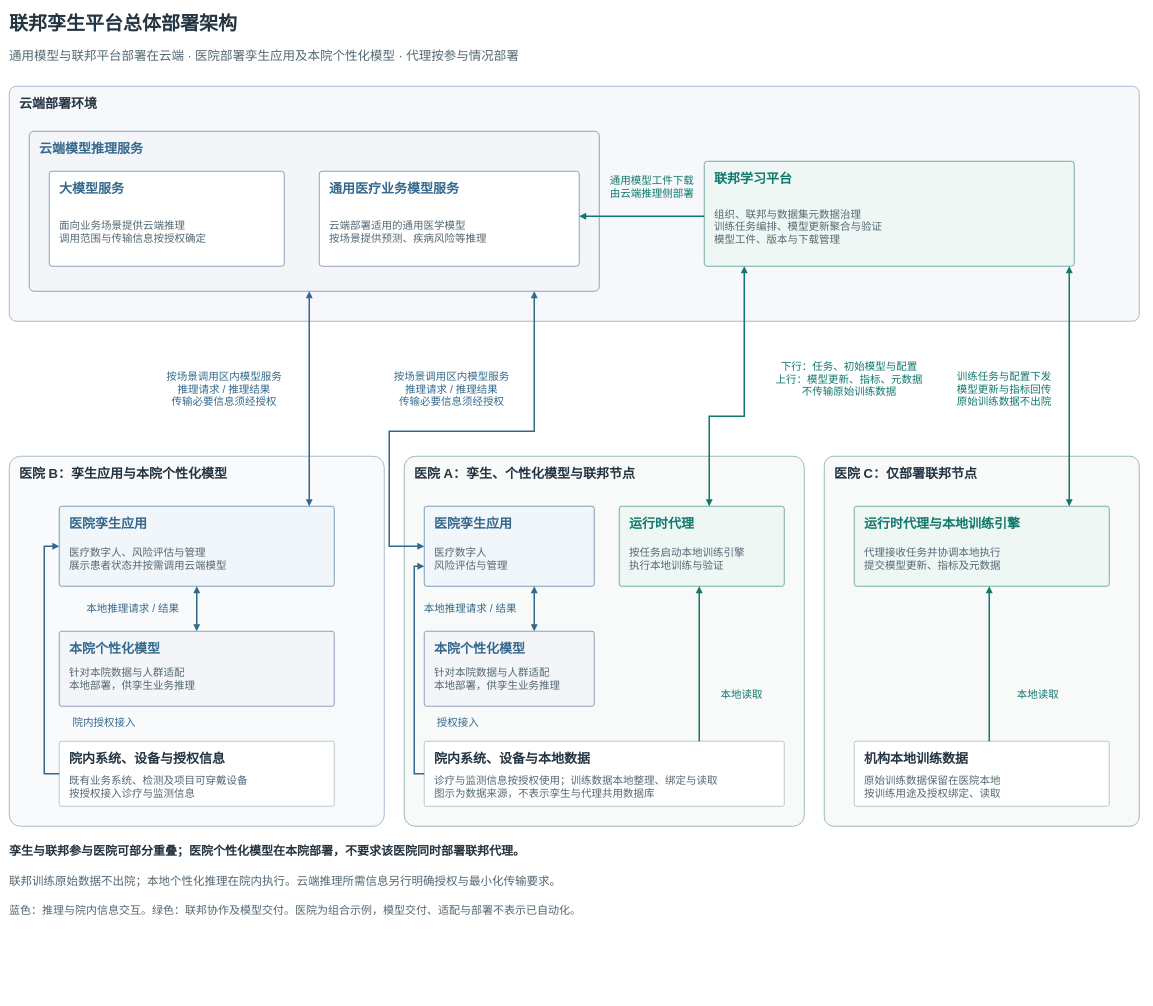
Above: docs/438c/merge/figures/federated-twin-deployment-overview.drawio in medol-labs/federation-learning (draw.io), before the change. Source tidied: cells renumbered, new cells numbered last; positions are measured from the earlier drawing's top-left corner, leaving out a move shared by most shapes. Both pictures are drawn from the tidied source at 50%, with x=0, y=0 at pixel (9, 8).
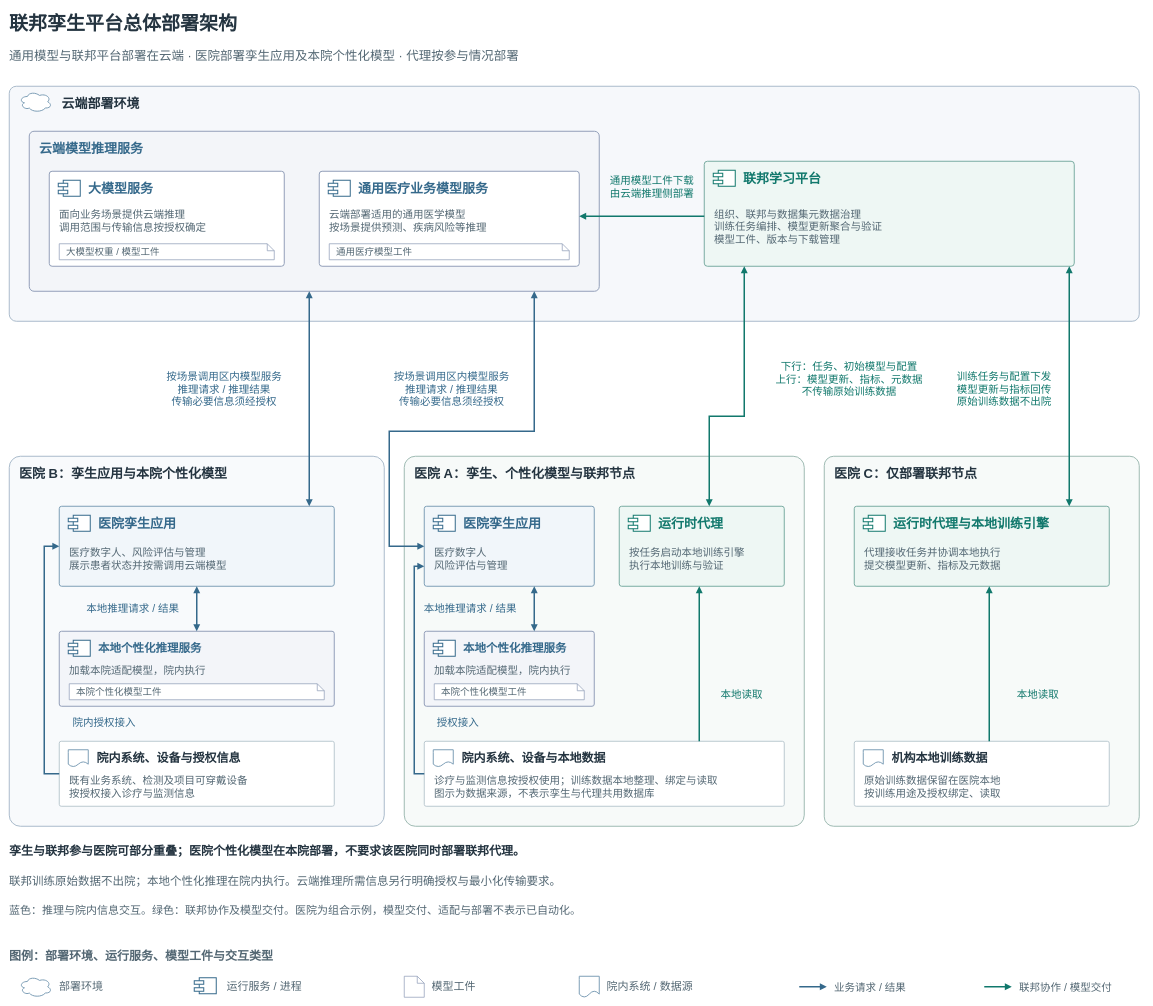
The same page after the edit.

Commit message (it also covers changes not shown here):
docs: enrich deployment diagram with native symbols and legend

Unchanged cells that the change refers to:
```xml
<mxCell id="4" style="rounded=1;arcSize=3;fillColor=#F6F8FB;strokeColor=#AABBCB;strokeWidth=2;" parent="1" vertex="1">
  <mxGeometry y="155" width="2260" height="470" as="geometry" />
</mxCell>
<mxCell id="8" style="rounded=1;arcSize=3;fillColor=#FFFFFF;strokeColor=#929FB9;strokeWidth=2;" parent="6" vertex="1">
  <mxGeometry x="40" y="80" width="470" height="190" as="geometry" />
</mxCell>
<mxCell id="11" style="rounded=1;arcSize=3;fillColor=#FFFFFF;strokeColor=#929FB9;strokeWidth=2;" parent="6" vertex="1">
  <mxGeometry x="580" y="80" width="520" height="190" as="geometry" />
</mxCell>
<mxCell id="14" style="rounded=1;arcSize=3;fillColor=#EEF7F4;strokeColor=#7AACA2;strokeWidth=2;" parent="4" vertex="1">
  <mxGeometry x="1390" y="150" width="740" height="210" as="geometry" />
</mxCell>
<mxCell id="23" style="rounded=1;arcSize=3;fillColor=#F1F6FA;strokeColor=#7E9FB7;strokeWidth=2;" parent="17" vertex="1">
  <mxGeometry x="100" y="100" width="550" height="160" as="geometry" />
</mxCell>
<mxCell id="26" style="rounded=1;arcSize=3;fillColor=#F1F6FA;strokeColor=#7E9FB7;strokeWidth=2;" parent="19" vertex="1">
  <mxGeometry x="40" y="100" width="340" height="160" as="geometry" />
</mxCell>
<mxCell id="29" style="rounded=1;arcSize=3;fillColor=#EEF7F4;strokeColor=#7AACA2;strokeWidth=2;" parent="19" vertex="1">
  <mxGeometry x="430" y="100" width="330" height="160" as="geometry" />
</mxCell>
<mxCell id="32" style="rounded=1;arcSize=3;fillColor=#EEF7F4;strokeColor=#7AACA2;strokeWidth=2;" parent="21" vertex="1">
  <mxGeometry x="60" y="100" width="510" height="160" as="geometry" />
</mxCell>
<mxCell id="35" style="rounded=1;arcSize=3;fillColor=#FFFFFF;strokeColor=#BBC9D0;strokeWidth=2;" parent="17" vertex="1">
  <mxGeometry x="100" y="570" width="550" height="130" as="geometry" />
</mxCell>
<mxCell id="38" style="rounded=1;arcSize=3;fillColor=#FFFFFF;strokeColor=#BBC9D0;strokeWidth=2;" parent="19" vertex="1">
  <mxGeometry x="40" y="570" width="720" height="130" as="geometry" />
</mxCell>
<mxCell id="41" style="rounded=1;arcSize=3;fillColor=#FFFFFF;strokeColor=#BBC9D0;strokeWidth=2;" parent="21" vertex="1">
  <mxGeometry x="60" y="570" width="510" height="130" as="geometry" />
</mxCell>
<mxCell id="65" style="rounded=1;arcSize=3;fillColor=#F3F5F9;strokeColor=#929FB9;strokeWidth=2;" parent="19" vertex="1">
  <mxGeometry x="40" y="350" width="340" height="150" as="geometry" />
</mxCell>
<mxCell id="68" style="rounded=1;arcSize=3;fillColor=#F3F5F9;strokeColor=#929FB9;strokeWidth=2;" parent="17" vertex="1">
  <mxGeometry x="100" y="350" width="550" height="150" as="geometry" />
</mxCell>
```

The edit, as a diff of the source:
```diff
@@
     <mxCell id="5" value="云端部署环境" style="text;html=0;whiteSpace=wrap;overflow=hidden;align=left;verticalAlign=middle;fontFamily=PingFang SC;fontSize=26;fontColor=#243440;fontStyle=1;spacing=0;" parent="4" vertex="1">
-      <mxGeometry x="20" y="15" width="2220" height="38" as="geometry" />
+      <mxGeometry x="105" y="15" width="2115" height="38" as="geometry" />
     </mxCell>
@@
     <mxCell id="9" value="大模型服务" style="text;html=0;whiteSpace=wrap;overflow=hidden;align=left;verticalAlign=middle;fontFamily=PingFang SC;fontSize=26;fontColor=#35698B;fontStyle=1;spacing=0;" parent="8" vertex="1">
-      <mxGeometry x="20" y="15" width="430" height="38" as="geometry" />
+      <mxGeometry x="78" y="15" width="372" height="38" as="geometry" />
     </mxCell>
     <mxCell id="10" value="面向业务场景提供云端推理&#10;调用范围与传输信息按授权确定" style="text;html=0;whiteSpace=wrap;overflow=hidden;align=left;verticalAlign=middle;fontFamily=PingFang SC;fontSize=21;fontColor=#536773;fontStyle=0;spacing=0;" parent="8" vertex="1">
-      <mxGeometry x="20" y="65" width="430" height="110" as="geometry" />
+      <mxGeometry x="20" y="65" width="430" height="65" as="geometry" />
     </mxCell>
@@
     <mxCell id="12" value="通用医疗业务模型服务" style="text;html=0;whiteSpace=wrap;overflow=hidden;align=left;verticalAlign=middle;fontFamily=PingFang SC;fontSize=26;fontColor=#35698B;fontStyle=1;spacing=0;" parent="11" vertex="1">
-      <mxGeometry x="20" y="15" width="480" height="38" as="geometry" />
+      <mxGeometry x="78" y="15" width="422" height="38" as="geometry" />
     </mxCell>
     <mxCell id="13" value="云端部署适用的通用医学模型&#10;按场景提供预测、疾病风险等推理" style="text;html=0;whiteSpace=wrap;overflow=hidden;align=left;verticalAlign=middle;fontFamily=PingFang SC;fontSize=21;fontColor=#536773;fontStyle=0;spacing=0;" parent="11" vertex="1">
-      <mxGeometry x="20" y="65" width="480" height="110" as="geometry" />
+      <mxGeometry x="20" y="65" width="480" height="65" as="geometry" />
     </mxCell>
@@
     <mxCell id="15" value="联邦学习平台" style="text;html=0;whiteSpace=wrap;overflow=hidden;align=left;verticalAlign=middle;fontFamily=PingFang SC;fontSize=26;fontColor=#11786C;fontStyle=1;spacing=0;" parent="14" vertex="1">
-      <mxGeometry x="20" y="15" width="700" height="38" as="geometry" />
+      <mxGeometry x="78" y="15" width="642" height="38" as="geometry" />
     </mxCell>
@@
     <mxCell id="24" value="医院孪生应用" style="text;html=0;whiteSpace=wrap;overflow=hidden;align=left;verticalAlign=middle;fontFamily=PingFang SC;fontSize=26;fontColor=#35698B;fontStyle=1;spacing=0;" parent="23" vertex="1">
-      <mxGeometry x="20" y="15" width="510" height="38" as="geometry" />
+      <mxGeometry x="78" y="15" width="452" height="38" as="geometry" />
     </mxCell>
@@
     <mxCell id="27" value="医院孪生应用" style="text;html=0;whiteSpace=wrap;overflow=hidden;align=left;verticalAlign=middle;fontFamily=PingFang SC;fontSize=26;fontColor=#35698B;fontStyle=1;spacing=0;" parent="26" vertex="1">
-      <mxGeometry x="20" y="15" width="300" height="38" as="geometry" />
+      <mxGeometry x="78" y="15" width="242" height="38" as="geometry" />
     </mxCell>
@@
     <mxCell id="30" value="运行时代理" style="text;html=0;whiteSpace=wrap;overflow=hidden;align=left;verticalAlign=middle;fontFamily=PingFang SC;fontSize=26;fontColor=#11786C;fontStyle=1;spacing=0;" parent="29" vertex="1">
-      <mxGeometry x="20" y="15" width="290" height="38" as="geometry" />
+      <mxGeometry x="78" y="15" width="232" height="38" as="geometry" />
     </mxCell>
@@
     <mxCell id="33" value="运行时代理与本地训练引擎" style="text;html=0;whiteSpace=wrap;overflow=hidden;align=left;verticalAlign=middle;fontFamily=PingFang SC;fontSize=26;fontColor=#11786C;fontStyle=1;spacing=0;" parent="32" vertex="1">
-      <mxGeometry x="20" y="15" width="470" height="38" as="geometry" />
+      <mxGeometry x="78" y="15" width="412" height="38" as="geometry" />
     </mxCell>
@@
-    <mxCell id="36" value="院内系统、设备与授权信息" style="text;html=0;whiteSpace=wrap;overflow=hidden;align=left;verticalAlign=middle;fontFamily=PingFang SC;fontSize=26;fontColor=#243440;fontStyle=1;spacing=0;" parent="35" vertex="1">
-      <mxGeometry x="20" y="15" width="510" height="38" as="geometry" />
+    <mxCell id="36" value="院内系统、设备与授权信息" style="text;html=0;whiteSpace=wrap;overflow=hidden;align=left;verticalAlign=middle;fontFamily=PingFang SC;fontSize=24;fontColor=#243440;fontStyle=1;spacing=0;" parent="35" vertex="1">
+      <mxGeometry x="75" y="15" width="455" height="38" as="geometry" />
     </mxCell>
@@
-    <mxCell id="39" value="院内系统、设备与本地数据" style="text;html=0;whiteSpace=wrap;overflow=hidden;align=left;verticalAlign=middle;fontFamily=PingFang SC;fontSize=26;fontColor=#243440;fontStyle=1;spacing=0;" parent="38" vertex="1">
-      <mxGeometry x="20" y="15" width="680" height="38" as="geometry" />
+    <mxCell id="39" value="院内系统、设备与本地数据" style="text;html=0;whiteSpace=wrap;overflow=hidden;align=left;verticalAlign=middle;fontFamily=PingFang SC;fontSize=24;fontColor=#243440;fontStyle=1;spacing=0;" parent="38" vertex="1">
+      <mxGeometry x="75" y="15" width="625" height="38" as="geometry" />
     </mxCell>
@@
-    <mxCell id="42" value="机构本地训练数据" style="text;html=0;whiteSpace=wrap;overflow=hidden;align=left;verticalAlign=middle;fontFamily=PingFang SC;fontSize=26;fontColor=#243440;fontStyle=1;spacing=0;" parent="41" vertex="1">
-      <mxGeometry x="20" y="15" width="470" height="38" as="geometry" />
+    <mxCell id="42" value="机构本地训练数据" style="text;html=0;whiteSpace=wrap;overflow=hidden;align=left;verticalAlign=middle;fontFamily=PingFang SC;fontSize=24;fontColor=#243440;fontStyle=1;spacing=0;" parent="41" vertex="1">
+      <mxGeometry x="75" y="15" width="415" height="38" as="geometry" />
     </mxCell>
@@
-    <mxCell id="66" value="本院个性化模型" style="text;html=0;whiteSpace=wrap;overflow=hidden;align=left;verticalAlign=middle;fontFamily=PingFang SC;fontSize=26;fontColor=#35698B;fontStyle=1;spacing=0;" parent="65" vertex="1">
-      <mxGeometry x="20" y="15" width="300" height="38" as="geometry" />
+    <mxCell id="66" value="本地个性化推理服务" style="text;html=0;whiteSpace=wrap;overflow=hidden;align=left;verticalAlign=middle;fontFamily=PingFang SC;fontSize=23;fontColor=#35698B;fontStyle=1;spacing=0;" parent="65" vertex="1">
+      <mxGeometry x="78" y="15" width="242" height="38" as="geometry" />
     </mxCell>
-    <mxCell id="67" value="针对本院数据与人群适配&#10;本地部署，供孪生业务推理" style="text;html=0;whiteSpace=wrap;overflow=hidden;align=left;verticalAlign=middle;fontFamily=PingFang SC;fontSize=21;fontColor=#536773;fontStyle=0;spacing=0;" parent="65" vertex="1">
-      <mxGeometry x="20" y="65" width="300" height="60" as="geometry" />
+    <mxCell id="67" value="加载本院适配模型，院内执行" style="text;html=0;whiteSpace=wrap;overflow=hidden;align=left;verticalAlign=middle;fontFamily=PingFang SC;fontSize=21;fontColor=#536773;fontStyle=0;spacing=0;" parent="65" vertex="1">
+      <mxGeometry x="20" y="63" width="300" height="30" as="geometry" />
     </mxCell>
@@
-    <mxCell id="69" value="本院个性化模型" style="text;html=0;whiteSpace=wrap;overflow=hidden;align=left;verticalAlign=middle;fontFamily=PingFang SC;fontSize=26;fontColor=#35698B;fontStyle=1;spacing=0;" parent="68" vertex="1">
-      <mxGeometry x="20" y="15" width="510" height="38" as="geometry" />
+    <mxCell id="69" value="本地个性化推理服务" style="text;html=0;whiteSpace=wrap;overflow=hidden;align=left;verticalAlign=middle;fontFamily=PingFang SC;fontSize=23;fontColor=#35698B;fontStyle=1;spacing=0;" parent="68" vertex="1">
+      <mxGeometry x="78" y="15" width="452" height="38" as="geometry" />
     </mxCell>
-    <mxCell id="70" value="针对本院数据与人群适配&#10;本地部署，供孪生业务推理" style="text;html=0;whiteSpace=wrap;overflow=hidden;align=left;verticalAlign=middle;fontFamily=PingFang SC;fontSize=21;fontColor=#536773;fontStyle=0;spacing=0;" parent="68" vertex="1">
-      <mxGeometry x="20" y="65" width="510" height="60" as="geometry" />
+    <mxCell id="70" value="加载本院适配模型，院内执行" style="text;html=0;whiteSpace=wrap;overflow=hidden;align=left;verticalAlign=middle;fontFamily=PingFang SC;fontSize=21;fontColor=#536773;fontStyle=0;spacing=0;" parent="68" vertex="1">
+      <mxGeometry x="20" y="63" width="510" height="30" as="geometry" />
     </mxCell>
@@
+    <mxCell id="75" style="rounded=0;fillColor=#FFFFFF;strokeColor=#35698B;strokeWidth=2;" parent="8" vertex="1">
+      <mxGeometry x="28" y="18" width="34" height="32" as="geometry" />
+    </mxCell>
+    <mxCell id="76" style="rounded=0;fillColor=#FFFFFF;strokeColor=#35698B;strokeWidth=2;" parent="8" vertex="1">
+      <mxGeometry x="18" y="24" width="19" height="7" as="geometry" />
+    </mxCell>
+    <mxCell id="77" style="rounded=0;fillColor=#FFFFFF;strokeColor=#35698B;strokeWidth=2;" parent="8" vertex="1">
+      <mxGeometry x="18" y="38" width="19" height="7" as="geometry" />
+    </mxCell>
+    <mxCell id="78" style="rounded=0;fillColor=#FFFFFF;strokeColor=#35698B;strokeWidth=2;" parent="11" vertex="1">
+      <mxGeometry x="28" y="18" width="34" height="32" as="geometry" />
+    </mxCell>
+    <mxCell id="79" style="rounded=0;fillColor=#FFFFFF;strokeColor=#35698B;strokeWidth=2;" parent="11" vertex="1">
+      <mxGeometry x="18" y="24" width="19" height="7" as="geometry" />
+    </mxCell>
+    <mxCell id="80" style="rounded=0;fillColor=#FFFFFF;strokeColor=#35698B;strokeWidth=2;" parent="11" vertex="1">
+      <mxGeometry x="18" y="38" width="19" height="7" as="geometry" />
+    </mxCell>
+    <mxCell id="81" style="rounded=0;fillColor=#FFFFFF;strokeColor=#11786C;strokeWidth=2;" parent="14" vertex="1">
+      <mxGeometry x="28" y="18" width="34" height="32" as="geometry" />
+    </mxCell>
+    <mxCell id="82" style="rounded=0;fillColor=#FFFFFF;strokeColor=#11786C;strokeWidth=2;" parent="14" vertex="1">
+      <mxGeometry x="18" y="24" width="19" height="7" as="geometry" />
+    </mxCell>
+    <mxCell id="83" style="rounded=0;fillColor=#FFFFFF;strokeColor=#11786C;strokeWidth=2;" parent="14" vertex="1">
+      <mxGeometry x="18" y="38" width="19" height="7" as="geometry" />
+    </mxCell>
+    <mxCell id="84" style="rounded=0;fillColor=#FFFFFF;strokeColor=#35698B;strokeWidth=2;" parent="26" vertex="1">
+      <mxGeometry x="28" y="18" width="34" height="32" as="geometry" />
+    </mxCell>
+    <mxCell id="85" style="rounded=0;fillColor=#FFFFFF;strokeColor=#35698B;strokeWidth=2;" parent="26" vertex="1">
+      <mxGeometry x="18" y="24" width="19" height="7" as="geometry" />
+    </mxCell>
+    <mxCell id="86" style="rounded=0;fillColor=#FFFFFF;strokeColor=#35698B;strokeWidth=2;" parent="26" vertex="1">
+      <mxGeometry x="18" y="38" width="19" height="7" as="geometry" />
+    </mxCell>
+    <mxCell id="87" style="rounded=0;fillColor=#FFFFFF;strokeColor=#35698B;strokeWidth=2;" parent="23" vertex="1">
+      <mxGeometry x="28" y="18" width="34" height="32" as="geometry" />
+    </mxCell>
+    <mxCell id="88" style="rounded=0;fillColor=#FFFFFF;strokeColor=#35698B;strokeWidth=2;" parent="23" vertex="1">
+      <mxGeometry x="18" y="24" width="19" height="7" as="geometry" />
+    </mxCell>
+    <mxCell id="89" style="rounded=0;fillColor=#FFFFFF;strokeColor=#35698B;strokeWidth=2;" parent="23" vertex="1">
+      <mxGeometry x="18" y="38" width="19" height="7" as="geometry" />
+    </mxCell>
+    <mxCell id="90" style="rounded=0;fillColor=#FFFFFF;strokeColor=#11786C;strokeWidth=2;" parent="29" vertex="1">
+      <mxGeometry x="28" y="18" width="34" height="32" as="geometry" />
+    </mxCell>
+    <mxCell id="91" style="rounded=0;fillColor=#FFFFFF;strokeColor=#11786C;strokeWidth=2;" parent="29" vertex="1">
+      <mxGeometry x="18" y="24" width="19" height="7" as="geometry" />
+    </mxCell>
+    <mxCell id="92" style="rounded=0;fillColor=#FFFFFF;strokeColor=#11786C;strokeWidth=2;" parent="29" vertex="1">
+      <mxGeometry x="18" y="38" width="19" height="7" as="geometry" />
+    </mxCell>
+    <mxCell id="93" style="rounded=0;fillColor=#FFFFFF;strokeColor=#11786C;strokeWidth=2;" parent="32" vertex="1">
+      <mxGeometry x="28" y="18" width="34" height="32" as="geometry" />
+    </mxCell>
+    <mxCell id="94" style="rounded=0;fillColor=#FFFFFF;strokeColor=#11786C;strokeWidth=2;" parent="32" vertex="1">
+      <mxGeometry x="18" y="24" width="19" height="7" as="geometry" />
+    </mxCell>
+    <mxCell id="95" style="rounded=0;fillColor=#FFFFFF;strokeColor=#11786C;strokeWidth=2;" parent="32" vertex="1">
+      <mxGeometry x="18" y="38" width="19" height="7" as="geometry" />
+    </mxCell>
+    <mxCell id="96" style="rounded=0;fillColor=#FFFFFF;strokeColor=#35698B;strokeWidth=2;" parent="65" vertex="1">
+      <mxGeometry x="28" y="18" width="34" height="32" as="geometry" />
+    </mxCell>
+    <mxCell id="97" style="rounded=0;fillColor=#FFFFFF;strokeColor=#35698B;strokeWidth=2;" parent="65" vertex="1">
+      <mxGeometry x="18" y="24" width="19" height="7" as="geometry" />
+    </mxCell>
+    <mxCell id="98" style="rounded=0;fillColor=#FFFFFF;strokeColor=#35698B;strokeWidth=2;" parent="65" vertex="1">
+      <mxGeometry x="18" y="38" width="19" height="7" as="geometry" />
+    </mxCell>
+    <mxCell id="99" style="rounded=0;fillColor=#FFFFFF;strokeColor=#35698B;strokeWidth=2;" parent="68" vertex="1">
+      <mxGeometry x="28" y="18" width="34" height="32" as="geometry" />
+    </mxCell>
+    <mxCell id="100" style="rounded=0;fillColor=#FFFFFF;strokeColor=#35698B;strokeWidth=2;" parent="68" vertex="1">
+      <mxGeometry x="18" y="24" width="19" height="7" as="geometry" />
+    </mxCell>
+    <mxCell id="101" style="rounded=0;fillColor=#FFFFFF;strokeColor=#35698B;strokeWidth=2;" parent="68" vertex="1">
+      <mxGeometry x="18" y="38" width="19" height="7" as="geometry" />
+    </mxCell>
+    <mxCell id="102" style="shape=cloud;whiteSpace=wrap;html=0;fillColor=#FFFFFF;strokeColor=#7E9FB7;strokeWidth=2;" parent="4" vertex="1">
+      <mxGeometry x="20" y="10" width="65" height="42" as="geometry" />
+    </mxCell>
+    <mxCell id="103" value="大模型权重 / 模型工件" style="shape=note;whiteSpace=wrap;html=0;size=14;fillColor=#FFFFFF;strokeColor=#929FB9;strokeWidth=1.5;fontFamily=PingFang SC;fontSize=19;fontColor=#536773;align=left;verticalAlign=middle;spacingLeft=12;" parent="8" vertex="1">
+      <mxGeometry x="20" y="145" width="430" height="32" as="geometry" />
+    </mxCell>
+    <mxCell id="104" value="通用医疗模型工件" style="shape=note;whiteSpace=wrap;html=0;size=14;fillColor=#FFFFFF;strokeColor=#929FB9;strokeWidth=1.5;fontFamily=PingFang SC;fontSize=19;fontColor=#536773;align=left;verticalAlign=middle;spacingLeft=12;" parent="11" vertex="1">
+      <mxGeometry x="20" y="145" width="480" height="32" as="geometry" />
+    </mxCell>
+    <mxCell id="105" value="本院个性化模型工件" style="shape=note;whiteSpace=wrap;html=0;size=14;fillColor=#FFFFFF;strokeColor=#929FB9;strokeWidth=1.5;fontFamily=PingFang SC;fontSize=19;fontColor=#536773;align=left;verticalAlign=middle;spacingLeft=12;" parent="65" vertex="1">
+      <mxGeometry x="20" y="105" width="300" height="32" as="geometry" />
+    </mxCell>
+    <mxCell id="106" value="本院个性化模型工件" style="shape=note;whiteSpace=wrap;html=0;size=14;fillColor=#FFFFFF;strokeColor=#929FB9;strokeWidth=1.5;fontFamily=PingFang SC;fontSize=19;fontColor=#536773;align=left;verticalAlign=middle;spacingLeft=12;" parent="68" vertex="1">
+      <mxGeometry x="20" y="105" width="510" height="32" as="geometry" />
+    </mxCell>
+    <mxCell id="107" style="shape=document;whiteSpace=wrap;html=0;fillColor=#FFFFFF;strokeColor=#7E9FB7;strokeWidth=2;" parent="38" vertex="1">
+      <mxGeometry x="18" y="17" width="40" height="34" as="geometry" />
+    </mxCell>
+    <mxCell id="108" style="shape=document;whiteSpace=wrap;html=0;fillColor=#FFFFFF;strokeColor=#7E9FB7;strokeWidth=2;" parent="35" vertex="1">
+      <mxGeometry x="18" y="17" width="40" height="34" as="geometry" />
+    </mxCell>
+    <mxCell id="109" style="shape=document;whiteSpace=wrap;html=0;fillColor=#FFFFFF;strokeColor=#7E9FB7;strokeWidth=2;" parent="41" vertex="1">
+      <mxGeometry x="18" y="17" width="40" height="34" as="geometry" />
+    </mxCell>
+    <mxCell id="110" value="图例：部署环境、运行服务、模型工件与交互类型" style="text;html=0;whiteSpace=wrap;overflow=hidden;align=left;verticalAlign=middle;fontFamily=PingFang SC;fontSize=24;fontColor=#536773;fontStyle=1;spacing=0;" parent="1" vertex="1">
+      <mxGeometry y="1875" width="2200" height="38" as="geometry" />
+    </mxCell>
+    <mxCell id="111" style="shape=cloud;whiteSpace=wrap;html=0;fillColor=#FFFFFF;strokeColor=#7E9FB7;strokeWidth=2;" parent="1" vertex="1">
+      <mxGeometry x="20" y="1935" width="65" height="42" as="geometry" />
+    </mxCell>
+    <mxCell id="112" value="部署环境" style="text;html=0;whiteSpace=wrap;overflow=hidden;align=left;verticalAlign=middle;fontFamily=PingFang SC;fontSize=22;fontColor=#536773;fontStyle=0;spacing=0;" parent="1" vertex="1">
+      <mxGeometry x="100" y="1935" width="220" height="42" as="geometry" />
+    </mxCell>
+    <mxCell id="113" style="rounded=0;fillColor=#FFFFFF;strokeColor=#35698B;strokeWidth=2;" parent="1" vertex="1">
+      <mxGeometry x="380" y="1938" width="34" height="32" as="geometry" />
+    </mxCell>
+    <mxCell id="114" style="rounded=0;fillColor=#FFFFFF;strokeColor=#35698B;strokeWidth=2;" parent="1" vertex="1">
+      <mxGeometry x="370" y="1944" width="19" height="7" as="geometry" />
+    </mxCell>
+    <mxCell id="115" style="rounded=0;fillColor=#FFFFFF;strokeColor=#35698B;strokeWidth=2;" parent="1" vertex="1">
+      <mxGeometry x="370" y="1958" width="19" height="7" as="geometry" />
+    </mxCell>
+    <mxCell id="116" value="运行服务 / 进程" style="text;html=0;whiteSpace=wrap;overflow=hidden;align=left;verticalAlign=middle;fontFamily=PingFang SC;fontSize=22;fontColor=#536773;fontStyle=0;spacing=0;" parent="1" vertex="1">
+      <mxGeometry x="435" y="1935" width="310" height="42" as="geometry" />
+    </mxCell>
+    <mxCell id="117" style="shape=note;whiteSpace=wrap;html=0;size=14;fillColor=#FFFFFF;strokeColor=#929FB9;strokeWidth=1.5;fontFamily=PingFang SC;fontSize=19;fontColor=#536773;align=left;verticalAlign=middle;spacingLeft=12;" parent="1" vertex="1">
+      <mxGeometry x="790" y="1935" width="40" height="42" as="geometry" />
+    </mxCell>
+    <mxCell id="118" value="模型工件" style="text;html=0;whiteSpace=wrap;overflow=hidden;align=left;verticalAlign=middle;fontFamily=PingFang SC;fontSize=22;fontColor=#536773;fontStyle=0;spacing=0;" parent="1" vertex="1">
+      <mxGeometry x="845" y="1935" width="240" height="42" as="geometry" />
+    </mxCell>
+    <mxCell id="119" style="shape=document;whiteSpace=wrap;html=0;fillColor=#FFFFFF;strokeColor=#7E9FB7;strokeWidth=2;" parent="1" vertex="1">
+      <mxGeometry x="1140" y="1935" width="40" height="42" as="geometry" />
+    </mxCell>
+    <mxCell id="120" value="院内系统 / 数据源" style="text;html=0;whiteSpace=wrap;overflow=hidden;align=left;verticalAlign=middle;fontFamily=PingFang SC;fontSize=22;fontColor=#536773;fontStyle=0;spacing=0;" parent="1" vertex="1">
+      <mxGeometry x="1195" y="1935" width="340" height="42" as="geometry" />
+    </mxCell>
+    <mxCell id="121" style="edgeStyle=orthogonalEdgeStyle;html=0;strokeColor=#35698B;strokeWidth=3;endArrow=block;endFill=1;" parent="1" edge="1">
+      <mxGeometry relative="1" as="geometry">
+        <mxPoint x="1580" y="1956" as="sourcePoint" />
+        <mxPoint x="1635" y="1956" as="targetPoint" />
+      </mxGeometry>
+    </mxCell>
+    <mxCell id="122" value="业务请求 / 结果" style="text;html=0;whiteSpace=wrap;overflow=hidden;align=left;verticalAlign=middle;fontFamily=PingFang SC;fontSize=21;fontColor=#536773;fontStyle=0;spacing=0;" parent="1" vertex="1">
+      <mxGeometry x="1650" y="1935" width="250" height="42" as="geometry" />
+    </mxCell>
+    <mxCell id="123" style="edgeStyle=orthogonalEdgeStyle;html=0;strokeColor=#11786C;strokeWidth=3;endArrow=block;endFill=1;" parent="1" edge="1">
+      <mxGeometry relative="1" as="geometry">
+        <mxPoint x="1950" y="1956" as="sourcePoint" />
+        <mxPoint x="2005" y="1956" as="targetPoint" />
+      </mxGeometry>
+    </mxCell>
+    <mxCell id="124" value="联邦协作 / 模型交付" style="text;html=0;whiteSpace=wrap;overflow=hidden;align=left;verticalAlign=middle;fontFamily=PingFang SC;fontSize=21;fontColor=#536773;fontStyle=0;spacing=0;" parent="1" vertex="1">
+      <mxGeometry x="2020" y="1935" width="250" height="42" as="geometry" />
+    </mxCell>
```
